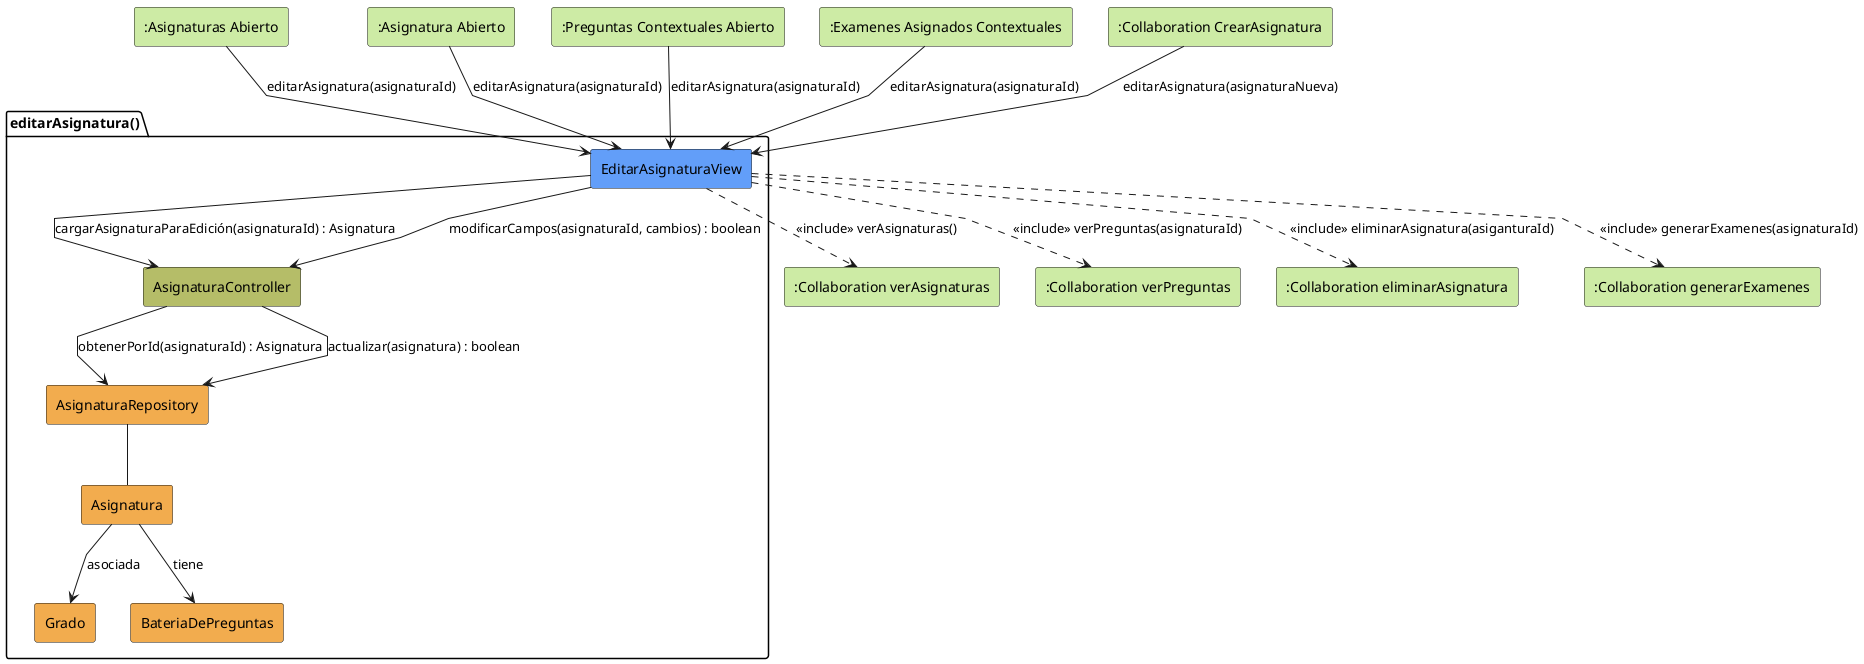
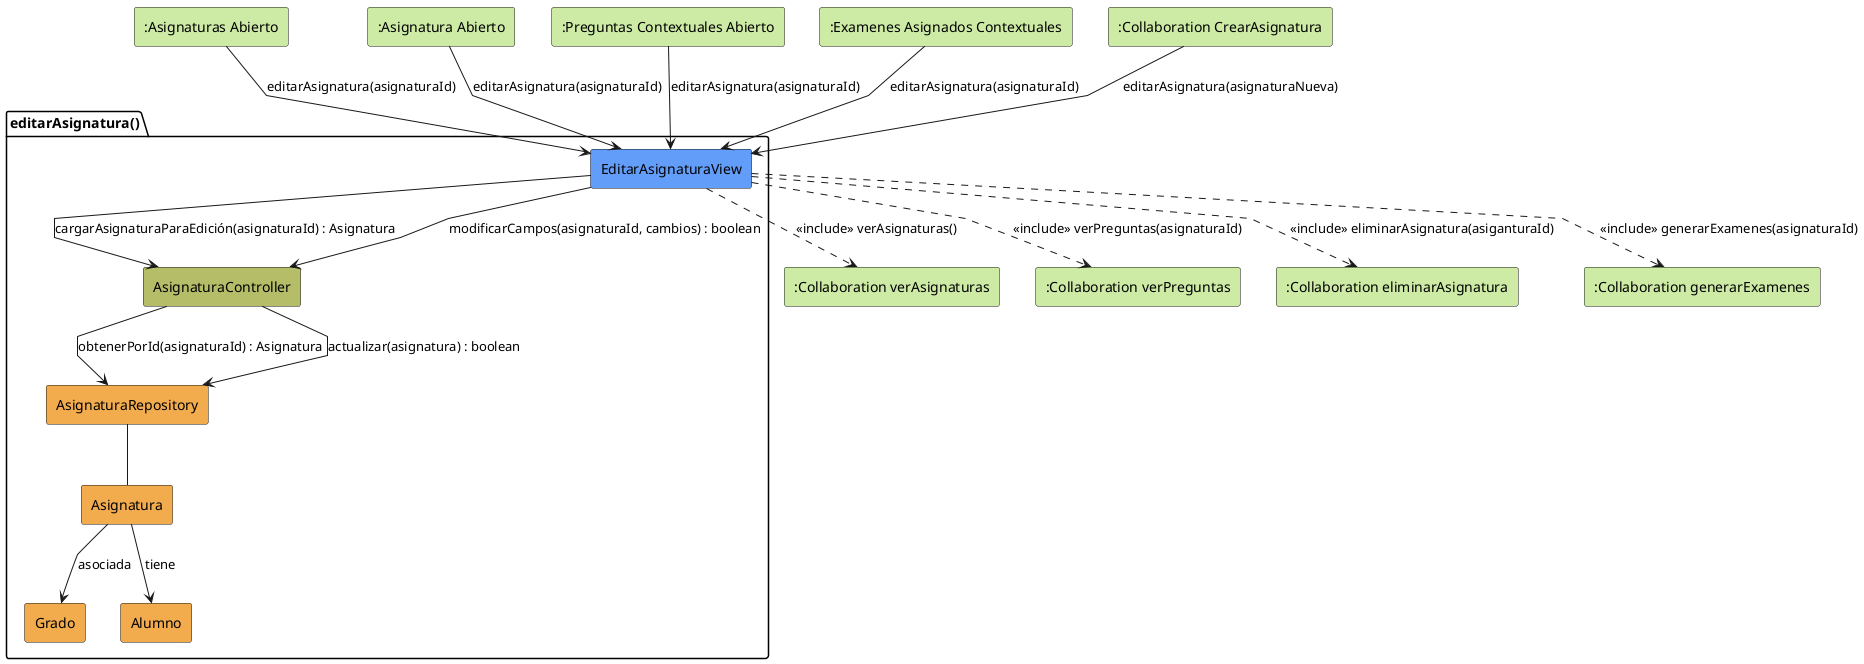
@startuml editarAsignatura-analisis
skinparam linetype polyline

rectangle #CDEBA5 ":Asignaturas Abierto" as AsignaturasAbierto
rectangle #CDEBA5 ":Asignatura Abierto" as AsignaturaAbierto
rectangle #CDEBA5 ":Preguntas Contextuales Abierto" as PreguntasContextualesAbierto
rectangle #CDEBA5 ":Examenes Asignados Contextuales" as ExamenesAsignadosContextuales
rectangle #CDEBA5 ":Collaboration CrearAsignatura" as CrearAsignatura
rectangle #CDEBA5 ":Collaboration verAsignaturas" as VerAsignaturas
rectangle #CDEBA5 ":Collaboration verPreguntas" as VerPreguntas
rectangle #CDEBA5 ":Collaboration eliminarAsignatura" as EliminarAsignatura
rectangle #CDEBA5 ":Collaboration generarExamenes" as GenerarExamenes

package editarAsignatura as "editarAsignatura()" {
    rectangle #629EF9 EditarAsignaturaView
    rectangle #b5bd68 AsignaturaController
    rectangle #F2AC4E AsignaturaRepository
    rectangle #F2AC4E Asignatura
    rectangle #F2AC4E Grado
-     rectangle #F2AC4E BateriaDePreguntas
+     rectangle #F2AC4E Alumno
}

AsignaturasAbierto --> EditarAsignaturaView: editarAsignatura(asignaturaId)
AsignaturaAbierto --> EditarAsignaturaView: editarAsignatura(asignaturaId)
PreguntasContextualesAbierto --> EditarAsignaturaView: editarAsignatura(asignaturaId)
ExamenesAsignadosContextuales --> EditarAsignaturaView: editarAsignatura(asignaturaId)
CrearAsignatura --> EditarAsignaturaView: editarAsignatura(asignaturaNueva)

EditarAsignaturaView -d-> AsignaturaController: cargarAsignaturaParaEdición(asignaturaId) : Asignatura

AsignaturaController --> AsignaturaRepository: obtenerPorId(asignaturaId) : Asignatura

EditarAsignaturaView --> AsignaturaController: modificarCampos(asignaturaId, cambios) : boolean

AsignaturaController --> AsignaturaRepository: actualizar(asignatura) : boolean

AsignaturaRepository -- Asignatura

- Asignatura --> BateriaDePreguntas : tiene
+ Asignatura --> Alumno : tiene
Asignatura --> Grado : asociada

EditarAsignaturaView ..> VerAsignaturas: <<include>> verAsignaturas()
EditarAsignaturaView ..> VerPreguntas: <<include>> verPreguntas(asignaturaId)
EditarAsignaturaView ..> GenerarExamenes: <<include>> generarExamenes(asignaturaId)
EditarAsignaturaView ..> EliminarAsignatura: <<include>> eliminarAsignatura(asiganturaId)

@enduml